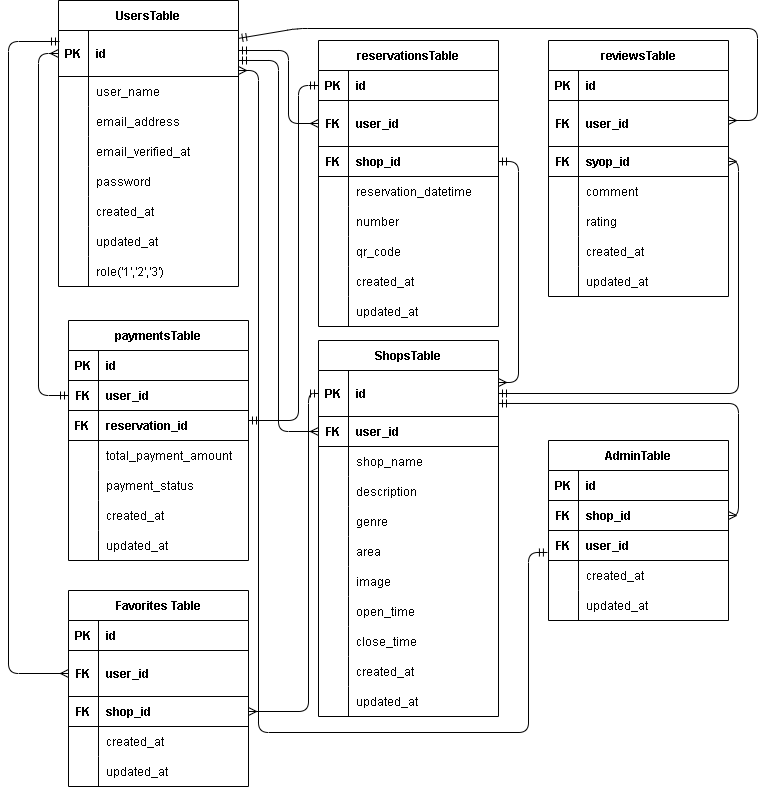
Earlier version of the draw.io export src/rese.drawio.png (ponponmama/2024-07-13). Source tidied: cells renumbered, new cells last; positions are measured from the earlier drawing's top-left corner, leaving out a move shared by most shapes.
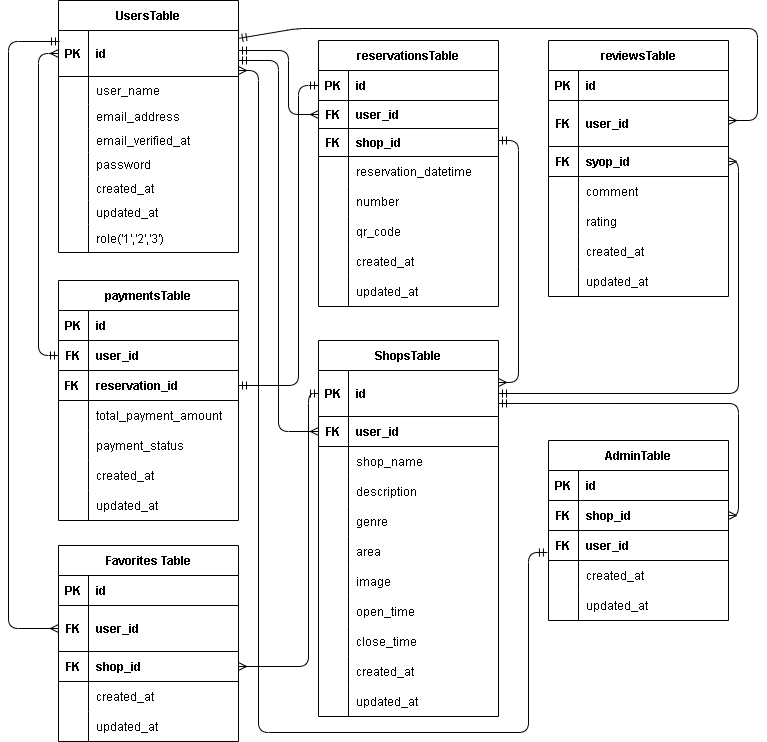
After the change.

Diff of the diagram source:
```diff
@@ -5,3 +5,3 @@
     <mxCell id="2" value="UsersTable" style="shape=table;startSize=30;rowLines=0;fontStyle=1;align=center;labelBackgroundColor=none;fillColor=none;strokeColor=#000000;strokeWidth=1;fontColor=#000000;" parent="1" vertex="1">
-      <mxGeometry x="50" width="180" height="286" as="geometry" />
+      <mxGeometry x="50" width="180" height="252" as="geometry" />
     </mxCell>
@@ -17,63 +17,63 @@
     <mxCell id="6" style="shape=tableRow;horizontal=0;startSize=0;swimlaneHead=0;swimlaneBody=0;fillColor=none;top=0;left=0;right=0;bottom=0;strokeColor=#000000;strokeWidth=1;fontColor=#000000;" parent="2" vertex="1">
-      <mxGeometry y="76" width="180" height="30" as="geometry" />
+      <mxGeometry y="76" width="180" height="28" as="geometry" />
     </mxCell>
-    <mxCell id="7" style="shape=partialRectangle;fillColor=none;top=0;left=0;bottom=0;right=0;overflow=hidden;labelBackgroundColor=none;strokeColor=#000000;strokeWidth=1;fontColor=#000000;" parent="6" vertex="1">
-      <mxGeometry width="30" height="30" as="geometry" />
+    <mxCell id="7" style="shape=partialRectangle;fillColor=none;top=0;left=0;bottom=0;right=0;overflow=hidden;labelBackgroundColor=none;strokeColor=#000000;strokeWidth=1;fontColor=#000000;fontSize=12;" parent="6" vertex="1">
+      <mxGeometry width="30" height="28" as="geometry" />
     </mxCell>
-    <mxCell id="8" value="user_name" style="shape=partialRectangle;fillColor=none;top=0;left=0;bottom=0;right=0;align=left;spacingLeft=6;overflow=hidden;labelBackgroundColor=none;strokeColor=#000000;strokeWidth=1;fontColor=#000000;" parent="6" vertex="1">
-      <mxGeometry x="30" width="150" height="30" as="geometry" />
+    <mxCell id="8" value="user_name" style="shape=partialRectangle;fillColor=none;top=0;left=0;bottom=0;right=0;align=left;spacingLeft=6;overflow=hidden;labelBackgroundColor=none;strokeColor=#000000;strokeWidth=1;fontColor=#000000;fontSize=12;" parent="6" vertex="1">
+      <mxGeometry x="30" width="150" height="28" as="geometry" />
     </mxCell>
-    <mxCell id="9" style="shape=tableRow;horizontal=0;startSize=0;swimlaneHead=0;swimlaneBody=0;fillColor=none;top=0;left=0;right=0;bottom=0;strokeColor=#000000;strokeWidth=1;fontColor=#000000;" parent="2" vertex="1">
-      <mxGeometry y="106" width="180" height="30" as="geometry" />
+    <mxCell id="9" style="shape=tableRow;horizontal=0;startSize=0;swimlaneHead=0;swimlaneBody=0;fillColor=none;top=0;left=0;right=0;bottom=0;strokeColor=#000000;strokeWidth=1;fontColor=#000000;fontSize=12;" parent="2" vertex="1">
+      <mxGeometry y="104" width="180" height="24" as="geometry" />
     </mxCell>
-    <mxCell id="10" style="shape=partialRectangle;fillColor=none;top=0;left=0;bottom=0;right=0;overflow=hidden;labelBackgroundColor=none;strokeColor=#000000;strokeWidth=1;fontColor=#000000;" parent="9" vertex="1">
-      <mxGeometry width="30" height="30" as="geometry" />
+    <mxCell id="10" style="shape=partialRectangle;fillColor=none;top=0;left=0;bottom=0;right=0;overflow=hidden;labelBackgroundColor=none;strokeColor=#000000;strokeWidth=1;fontColor=#000000;fontSize=12;" parent="9" vertex="1">
+      <mxGeometry width="30" height="24" as="geometry" />
     </mxCell>
-    <mxCell id="11" value="email_address" style="shape=partialRectangle;fillColor=none;top=0;left=0;bottom=0;right=0;align=left;spacingLeft=6;overflow=hidden;labelBackgroundColor=none;strokeColor=#000000;strokeWidth=1;fontColor=#000000;labelBorderColor=none;" parent="9" vertex="1">
-      <mxGeometry x="30" width="150" height="30" as="geometry" />
+    <mxCell id="11" value="email_address" style="shape=partialRectangle;fillColor=none;top=0;left=0;bottom=0;right=0;align=left;spacingLeft=6;overflow=hidden;labelBackgroundColor=none;strokeColor=#000000;strokeWidth=1;fontColor=#000000;labelBorderColor=none;fontSize=12;" parent="9" vertex="1">
+      <mxGeometry x="30" width="150" height="24" as="geometry" />
     </mxCell>
-    <mxCell id="12" style="shape=tableRow;horizontal=0;startSize=0;swimlaneHead=0;swimlaneBody=0;fillColor=none;top=0;left=0;right=0;bottom=0;strokeColor=#000000;strokeWidth=1;fontColor=#000000;" parent="2" vertex="1">
-      <mxGeometry y="136" width="180" height="30" as="geometry" />
+    <mxCell id="12" style="shape=tableRow;horizontal=0;startSize=0;swimlaneHead=0;swimlaneBody=0;fillColor=none;top=0;left=0;right=0;bottom=0;strokeColor=#000000;strokeWidth=1;fontColor=#000000;fontSize=12;" parent="2" vertex="1">
+      <mxGeometry y="128" width="180" height="24" as="geometry" />
     </mxCell>
-    <mxCell id="13" style="shape=partialRectangle;fillColor=none;top=0;left=0;bottom=0;right=0;overflow=hidden;labelBackgroundColor=none;strokeColor=#000000;strokeWidth=1;fontColor=#000000;" parent="12" vertex="1">
-      <mxGeometry width="30" height="30" as="geometry" />
+    <mxCell id="13" style="shape=partialRectangle;fillColor=none;top=0;left=0;bottom=0;right=0;overflow=hidden;labelBackgroundColor=none;strokeColor=#000000;strokeWidth=1;fontColor=#000000;fontSize=12;" parent="12" vertex="1">
+      <mxGeometry width="30" height="24" as="geometry" />
     </mxCell>
     <mxCell id="14" value="email_verified_at" style="shape=partialRectangle;fillColor=none;top=0;left=0;bottom=0;right=0;align=left;spacingLeft=6;overflow=hidden;labelBackgroundColor=none;strokeColor=#000000;strokeWidth=1;fontColor=#000000;fontSize=12;" parent="12" vertex="1">
-      <mxGeometry x="30" width="150" height="30" as="geometry" />
+      <mxGeometry x="30" width="150" height="24" as="geometry" />
     </mxCell>
-    <mxCell id="15" style="shape=tableRow;horizontal=0;startSize=0;swimlaneHead=0;swimlaneBody=0;fillColor=none;top=0;left=0;right=0;bottom=0;strokeColor=#000000;strokeWidth=1;fontColor=#000000;" parent="2" vertex="1">
-      <mxGeometry y="166" width="180" height="30" as="geometry" />
+    <mxCell id="15" style="shape=tableRow;horizontal=0;startSize=0;swimlaneHead=0;swimlaneBody=0;fillColor=none;top=0;left=0;right=0;bottom=0;strokeColor=#000000;strokeWidth=1;fontColor=#000000;fontSize=12;" parent="2" vertex="1">
+      <mxGeometry y="152" width="180" height="24" as="geometry" />
     </mxCell>
-    <mxCell id="16" style="shape=partialRectangle;fillColor=none;top=0;left=0;bottom=0;right=0;overflow=hidden;labelBackgroundColor=none;strokeColor=#000000;strokeWidth=1;fontColor=#000000;" parent="15" vertex="1">
-      <mxGeometry width="30" height="30" as="geometry" />
+    <mxCell id="16" style="shape=partialRectangle;fillColor=none;top=0;left=0;bottom=0;right=0;overflow=hidden;labelBackgroundColor=none;strokeColor=#000000;strokeWidth=1;fontColor=#000000;fontSize=12;" parent="15" vertex="1">
+      <mxGeometry width="30" height="24" as="geometry" />
     </mxCell>
-    <mxCell id="17" value="password" style="shape=partialRectangle;fillColor=none;top=0;left=0;bottom=0;right=0;align=left;spacingLeft=6;overflow=hidden;labelBackgroundColor=none;strokeColor=#000000;strokeWidth=1;fontColor=#000000;" parent="15" vertex="1">
-      <mxGeometry x="30" width="150" height="30" as="geometry" />
+    <mxCell id="17" value="password" style="shape=partialRectangle;fillColor=none;top=0;left=0;bottom=0;right=0;align=left;spacingLeft=6;overflow=hidden;labelBackgroundColor=none;strokeColor=#000000;strokeWidth=1;fontColor=#000000;fontSize=12;" parent="15" vertex="1">
+      <mxGeometry x="30" width="150" height="24" as="geometry" />
     </mxCell>
-    <mxCell id="18" style="shape=tableRow;horizontal=0;startSize=0;swimlaneHead=0;swimlaneBody=0;fillColor=none;top=0;left=0;right=0;bottom=0;strokeColor=#000000;strokeWidth=1;fontColor=#000000;" parent="2" vertex="1">
-      <mxGeometry y="196" width="180" height="30" as="geometry" />
+    <mxCell id="18" style="shape=tableRow;horizontal=0;startSize=0;swimlaneHead=0;swimlaneBody=0;fillColor=none;top=0;left=0;right=0;bottom=0;strokeColor=#000000;strokeWidth=1;fontColor=#000000;fontSize=12;" parent="2" vertex="1">
+      <mxGeometry y="176" width="180" height="24" as="geometry" />
     </mxCell>
-    <mxCell id="19" style="shape=partialRectangle;fillColor=none;top=0;left=0;bottom=0;right=0;overflow=hidden;labelBackgroundColor=none;strokeColor=#000000;strokeWidth=1;fontColor=#000000;" parent="18" vertex="1">
-      <mxGeometry width="30" height="30" as="geometry" />
+    <mxCell id="19" style="shape=partialRectangle;fillColor=none;top=0;left=0;bottom=0;right=0;overflow=hidden;labelBackgroundColor=none;strokeColor=#000000;strokeWidth=1;fontColor=#000000;fontSize=12;" parent="18" vertex="1">
+      <mxGeometry width="30" height="24" as="geometry" />
     </mxCell>
-    <mxCell id="20" value="created_at" style="shape=partialRectangle;fillColor=none;top=0;left=0;bottom=0;right=0;align=left;spacingLeft=6;overflow=hidden;labelBackgroundColor=none;strokeColor=#000000;strokeWidth=1;fontColor=#000000;" parent="18" vertex="1">
-      <mxGeometry x="30" width="150" height="30" as="geometry" />
+    <mxCell id="20" value="created_at" style="shape=partialRectangle;fillColor=none;top=0;left=0;bottom=0;right=0;align=left;spacingLeft=6;overflow=hidden;labelBackgroundColor=none;strokeColor=#000000;strokeWidth=1;fontColor=#000000;fontSize=12;" parent="18" vertex="1">
+      <mxGeometry x="30" width="150" height="24" as="geometry" />
     </mxCell>
-    <mxCell id="21" style="shape=tableRow;horizontal=0;startSize=0;swimlaneHead=0;swimlaneBody=0;fillColor=none;top=0;left=0;right=0;bottom=0;strokeColor=#000000;strokeWidth=1;fontColor=#000000;" parent="2" vertex="1">
-      <mxGeometry y="226" width="180" height="30" as="geometry" />
+    <mxCell id="21" style="shape=tableRow;horizontal=0;startSize=0;swimlaneHead=0;swimlaneBody=0;fillColor=none;top=0;left=0;right=0;bottom=0;strokeColor=#000000;strokeWidth=1;fontColor=#000000;fontSize=12;" parent="2" vertex="1">
+      <mxGeometry y="200" width="180" height="24" as="geometry" />
     </mxCell>
-    <mxCell id="22" style="shape=partialRectangle;fillColor=none;top=0;left=0;bottom=0;right=0;overflow=hidden;labelBackgroundColor=none;strokeColor=#000000;strokeWidth=1;fontColor=#000000;" parent="21" vertex="1">
-      <mxGeometry width="30" height="30" as="geometry" />
+    <mxCell id="22" style="shape=partialRectangle;fillColor=none;top=0;left=0;bottom=0;right=0;overflow=hidden;labelBackgroundColor=none;strokeColor=#000000;strokeWidth=1;fontColor=#000000;fontSize=12;" parent="21" vertex="1">
+      <mxGeometry width="30" height="24" as="geometry" />
     </mxCell>
-    <mxCell id="23" value="updated_at" style="shape=partialRectangle;fillColor=none;top=0;left=0;bottom=0;right=0;align=left;spacingLeft=6;overflow=hidden;labelBackgroundColor=none;strokeColor=#000000;strokeWidth=1;fontColor=#000000;" parent="21" vertex="1">
-      <mxGeometry x="30" width="150" height="30" as="geometry" />
+    <mxCell id="23" value="updated_at" style="shape=partialRectangle;fillColor=none;top=0;left=0;bottom=0;right=0;align=left;spacingLeft=6;overflow=hidden;labelBackgroundColor=none;strokeColor=#000000;strokeWidth=1;fontColor=#000000;fontSize=12;" parent="21" vertex="1">
+      <mxGeometry x="30" width="150" height="24" as="geometry" />
     </mxCell>
     <mxCell id="24" style="shape=tableRow;horizontal=0;startSize=0;swimlaneHead=0;swimlaneBody=0;fillColor=none;top=0;left=0;right=0;bottom=0;strokeColor=#000000;strokeWidth=1;fontColor=#000000;" parent="2" vertex="1">
-      <mxGeometry y="256" width="180" height="30" as="geometry" />
+      <mxGeometry y="224" width="180" height="28" as="geometry" />
     </mxCell>
-    <mxCell id="25" style="shape=partialRectangle;fillColor=none;top=0;left=0;bottom=0;right=0;overflow=hidden;labelBackgroundColor=none;strokeColor=#000000;strokeWidth=1;fontColor=#000000;" parent="24" vertex="1">
-      <mxGeometry width="30" height="30" as="geometry" />
+    <mxCell id="25" style="shape=partialRectangle;fillColor=none;top=0;left=0;bottom=0;right=0;overflow=hidden;labelBackgroundColor=none;strokeColor=#000000;strokeWidth=1;fontColor=#000000;fontSize=12;" parent="24" vertex="1">
+      <mxGeometry width="30" height="28" as="geometry" />
     </mxCell>
-    <mxCell id="26" value="role('1','2','3')" style="shape=partialRectangle;fillColor=none;top=0;left=0;bottom=0;right=0;align=left;spacingLeft=6;overflow=hidden;labelBackgroundColor=none;strokeColor=#000000;strokeWidth=1;fontColor=#000000;" parent="24" vertex="1">
-      <mxGeometry x="30" width="150" height="30" as="geometry" />
+    <mxCell id="26" value="role('1','2','3')" style="shape=partialRectangle;fillColor=none;top=0;left=0;bottom=0;right=0;align=left;spacingLeft=6;overflow=hidden;labelBackgroundColor=none;strokeColor=#000000;strokeWidth=1;fontColor=#000000;fontSize=12;" parent="24" vertex="1">
+      <mxGeometry x="30" width="150" height="28" as="geometry" />
     </mxCell>
@@ -84,3 +84,3 @@
           <mxPoint x="-50" y="41" />
-          <mxPoint x="-50" y="673" />
+          <mxPoint x="-50" y="628" />
         </Array>
@@ -137,3 +137,3 @@
     <mxCell id="44" value="reservationsTable" style="shape=table;startSize=30;rowLines=0;fontStyle=1;align=center;fillColor=none;strokeColor=#000000;strokeWidth=1;fontColor=#000000;" parent="1" vertex="1">
-      <mxGeometry x="310" y="40" width="180" height="286" as="geometry" />
+      <mxGeometry x="310" y="40" width="180" height="266" as="geometry" />
     </mxCell>
@@ -149,21 +149,21 @@
     <mxCell id="48" style="shape=tableRow;horizontal=0;startSize=0;swimlaneHead=0;swimlaneBody=0;fillColor=none;points=[[0,0.5],[1,0.5]];portConstraint=eastwest;top=0;left=0;right=0;bottom=1;strokeColor=#000000;strokeWidth=1;fontColor=#000000;" parent="44" vertex="1">
-      <mxGeometry y="60" width="180" height="46" as="geometry" />
+      <mxGeometry y="60" width="180" height="28" as="geometry" />
     </mxCell>
     <mxCell id="49" value="FK" style="shape=partialRectangle;fillColor=none;top=0;left=0;bottom=0;right=0;fontStyle=1;overflow=hidden;fontColor=#000000;strokeColor=#000000;strokeWidth=1;" parent="48" vertex="1">
-      <mxGeometry width="30" height="46" as="geometry" />
+      <mxGeometry width="30" height="28" as="geometry" />
     </mxCell>
     <mxCell id="50" value="user_id" style="shape=partialRectangle;fillColor=none;top=0;left=0;bottom=0;right=0;align=left;spacingLeft=6;fontStyle=1;overflow=hidden;fontColor=#000000;strokeColor=#000000;strokeWidth=1;" parent="48" vertex="1">
-      <mxGeometry x="30" width="150" height="46" as="geometry" />
+      <mxGeometry x="30" width="150" height="28" as="geometry" />
     </mxCell>
     <mxCell id="51" style="shape=tableRow;horizontal=0;startSize=0;swimlaneHead=0;swimlaneBody=0;fillColor=none;points=[[0,0.5],[1,0.5]];portConstraint=eastwest;top=0;left=0;right=0;bottom=1;strokeColor=#000000;strokeWidth=1;fontColor=#000000;" parent="44" vertex="1">
-      <mxGeometry y="106" width="180" height="30" as="geometry" />
+      <mxGeometry y="88" width="180" height="28" as="geometry" />
     </mxCell>
     <mxCell id="52" value="FK" style="shape=partialRectangle;fillColor=none;top=0;left=0;bottom=0;right=0;fontStyle=1;overflow=hidden;fontColor=#000000;strokeColor=#000000;strokeWidth=1;" parent="51" vertex="1">
-      <mxGeometry width="30" height="30" as="geometry" />
+      <mxGeometry width="30" height="28" as="geometry" />
     </mxCell>
     <mxCell id="53" value="shop_id" style="shape=partialRectangle;fillColor=none;top=0;left=0;bottom=0;right=0;align=left;spacingLeft=6;fontStyle=1;overflow=hidden;fontColor=#000000;strokeColor=#000000;strokeWidth=1;" parent="51" vertex="1">
-      <mxGeometry x="30" width="150" height="30" as="geometry" />
+      <mxGeometry x="30" width="150" height="28" as="geometry" />
     </mxCell>
     <mxCell id="54" style="shape=tableRow;horizontal=0;startSize=0;swimlaneHead=0;swimlaneBody=0;fillColor=none;top=0;left=0;right=0;bottom=0;strokeColor=#000000;strokeWidth=1;fontColor=#000000;" parent="44" vertex="1">
-      <mxGeometry y="136" width="180" height="30" as="geometry" />
+      <mxGeometry y="116" width="180" height="30" as="geometry" />
     </mxCell>
@@ -176,3 +176,3 @@
     <mxCell id="57" style="shape=tableRow;horizontal=0;startSize=0;swimlaneHead=0;swimlaneBody=0;fillColor=none;top=0;left=0;right=0;bottom=0;strokeColor=#000000;strokeWidth=1;fontColor=#000000;" parent="44" vertex="1">
-      <mxGeometry y="166" width="180" height="30" as="geometry" />
+      <mxGeometry y="146" width="180" height="30" as="geometry" />
     </mxCell>
@@ -185,3 +185,3 @@
     <mxCell id="60" style="shape=tableRow;horizontal=0;startSize=0;swimlaneHead=0;swimlaneBody=0;fillColor=none;top=0;left=0;right=0;bottom=0;strokeColor=#000000;strokeWidth=1;fontColor=#000000;" parent="44" vertex="1">
-      <mxGeometry y="196" width="180" height="30" as="geometry" />
+      <mxGeometry y="176" width="180" height="30" as="geometry" />
     </mxCell>
@@ -194,3 +194,3 @@
     <mxCell id="63" style="shape=tableRow;horizontal=0;startSize=0;swimlaneHead=0;swimlaneBody=0;fillColor=none;top=0;left=0;right=0;bottom=0;strokeColor=#000000;strokeWidth=1;fontColor=#000000;" parent="44" vertex="1">
-      <mxGeometry y="226" width="180" height="30" as="geometry" />
+      <mxGeometry y="206" width="180" height="30" as="geometry" />
     </mxCell>
@@ -203,3 +203,3 @@
     <mxCell id="66" style="shape=tableRow;horizontal=0;startSize=0;swimlaneHead=0;swimlaneBody=0;fillColor=none;top=0;left=0;right=0;bottom=0;strokeColor=#000000;strokeWidth=1;fontColor=#000000;" parent="44" vertex="1">
-      <mxGeometry y="256" width="180" height="30" as="geometry" />
+      <mxGeometry y="236" width="180" height="30" as="geometry" />
     </mxCell>
@@ -278,3 +278,3 @@
     <mxCell id="91" value="paymentsTable" style="shape=table;startSize=30;rowLines=0;fontStyle=1;align=center;labelBackgroundColor=none;strokeColor=#000000;strokeWidth=1;fontColor=#000000;fillColor=none;" parent="1" vertex="1">
-      <mxGeometry x="60" y="320" width="180" height="240" as="geometry" />
+      <mxGeometry x="50" y="280" width="180" height="240" as="geometry" />
     </mxCell>
@@ -348,3 +348,3 @@
           <mxPoint x="280" y="50" />
-          <mxPoint x="280" y="123" />
+          <mxPoint x="280" y="114" />
         </Array>
@@ -464,7 +464,8 @@
     </mxCell>
-    <mxCell id="149" style="edgeStyle=orthogonalEdgeStyle;fontSize=12;html=1;endArrow=ERmandOne;entryX=1;entryY=0.5;entryDx=0;entryDy=0;startArrow=ERmany;startFill=0;endFill=0;strokeColor=#000000;strokeWidth=1;fontColor=default;exitX=1;exitY=0.261;exitDx=0;exitDy=0;exitPerimeter=0;" parent="1" edge="1" source="116" target="51">
+    <mxCell id="149" style="edgeStyle=orthogonalEdgeStyle;fontSize=12;html=1;endArrow=ERmandOne;startArrow=ERmany;startFill=0;endFill=0;strokeColor=#000000;strokeWidth=1;fontColor=default;exitX=1;exitY=0.261;exitDx=0;exitDy=0;exitPerimeter=0;" parent="1" edge="1" source="116">
       <mxGeometry relative="1" as="geometry">
+        <mxPoint x="490" y="140" as="targetPoint" />
         <Array as="points">
           <mxPoint x="510" y="382" />
-          <mxPoint x="510" y="161" />
+          <mxPoint x="510" y="140" />
         </Array>
@@ -492,3 +493,3 @@
         <Array as="points">
-          <mxPoint x="30" y="395" />
+          <mxPoint x="30" y="355" />
           <mxPoint x="30" y="53" />
@@ -497,7 +498,6 @@
     </mxCell>
-    <mxCell id="154" style="edgeStyle=orthogonalEdgeStyle;fontSize=12;html=1;endArrow=ERmandOne;strokeColor=#000000;strokeWidth=1;fontColor=default;entryX=0;entryY=0.5;entryDx=0;entryDy=0;startArrow=ERmandOne;startFill=0;endFill=0;" parent="1" edge="1" target="45">
+    <mxCell id="154" style="edgeStyle=orthogonalEdgeStyle;fontSize=12;html=1;endArrow=ERmandOne;strokeColor=#000000;strokeWidth=1;fontColor=default;entryX=0;entryY=0.5;entryDx=0;entryDy=0;startArrow=ERmandOne;startFill=0;endFill=0;exitX=1;exitY=0.5;exitDx=0;exitDy=0;" parent="1" edge="1" source="98" target="45">
       <mxGeometry relative="1" as="geometry">
-        <mxPoint x="240" y="420" as="sourcePoint" />
         <Array as="points">
-          <mxPoint x="290" y="420" />
+          <mxPoint x="290" y="385" />
           <mxPoint x="290" y="85" />
@@ -515,3 +515,3 @@
     <mxCell id="156" value="Favorites Table" style="shape=table;startSize=30;rowLines=0;fontStyle=1;align=center;fillColor=none;strokeColor=#000000;strokeWidth=1;fontColor=#000000;" parent="1" vertex="1">
-      <mxGeometry x="60" y="590" width="180" height="196" as="geometry" />
+      <mxGeometry x="50" y="545" width="180" height="196" as="geometry" />
     </mxCell>
@@ -565,3 +565,3 @@
         <Array as="points">
-          <mxPoint x="300" y="711" />
+          <mxPoint x="300" y="666" />
           <mxPoint x="300" y="393" />
```
